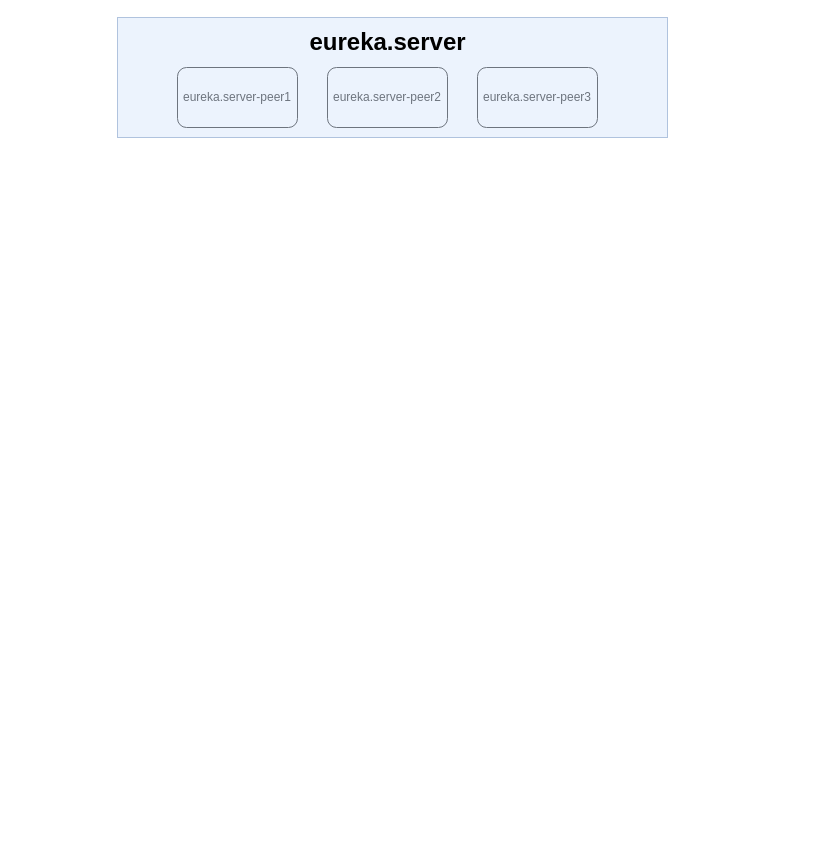
Earlier version of the draw.io diagram 微服务技术架构.drawio (quanqiang-li/draw). Source tidied: cells renumbered, new cells numbered last; positions are measured from the earlier drawing's top-left corner, leaving out a move shared by most shapes. Both pictures are drawn from the tidied source at 100%, with x=0, y=0 at pixel (117, 17).
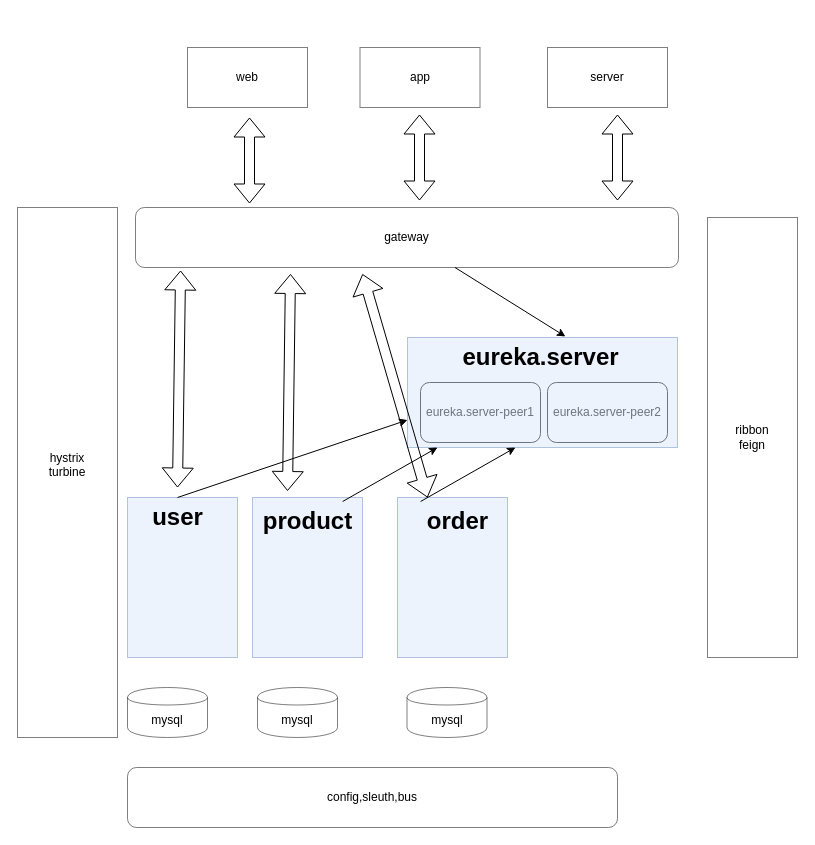
The same page after the edit.

Commit message:
更新微服务技术架构.drawio

Change to the diagram source:
```diff
@@
     <mxCell id="2" value="&lt;div&gt;&lt;span&gt;eureka.server-peer1&lt;/span&gt;&lt;/div&gt;" style="rounded=1;whiteSpace=wrap;html=1;" parent="1" vertex="1">
-      <mxGeometry x="60" y="50" width="120" height="60" as="geometry" />
+      <mxGeometry x="303" y="365" width="120" height="60" as="geometry" />
     </mxCell>
     <mxCell id="3" value="&lt;div&gt;&lt;span&gt;eureka.server-peer2&lt;/span&gt;&lt;/div&gt;" style="rounded=1;whiteSpace=wrap;html=1;" parent="1" vertex="1">
-      <mxGeometry x="210" y="50" width="120" height="60" as="geometry" />
+      <mxGeometry x="430" y="365" width="120" height="60" as="geometry" />
     </mxCell>
-    <mxCell id="4" value="&lt;div&gt;&lt;span&gt;eureka.server-peer3&lt;/span&gt;&lt;/div&gt;" style="rounded=1;whiteSpace=wrap;html=1;" parent="1" vertex="1">
-      <mxGeometry x="360" y="50" width="120" height="60" as="geometry" />
-    </mxCell>
     <mxCell id="5" style="rounded=0;whiteSpace=wrap;html=1;opacity=50;fillColor=#dae8fc;strokeColor=#6c8ebf;" parent="1" vertex="1">
-      <mxGeometry width="550" height="120" as="geometry" />
+      <mxGeometry x="290" y="320" width="270" height="110" as="geometry" />
     </mxCell>
     <mxCell id="6" value="&lt;div&gt;&lt;span&gt;eureka.server&lt;/span&gt;&lt;/div&gt;" style="text;strokeColor=none;fillColor=none;html=1;fontSize=24;fontStyle=1;verticalAlign=middle;align=center;opacity=50;" parent="1" vertex="1">
-      <mxGeometry x="150" y="10" width="240" height="30" as="geometry" />
+      <mxGeometry x="302.5" y="325" width="240" height="30" as="geometry" />
     </mxCell>
+    <mxCell id="7" style="rounded=0;whiteSpace=wrap;html=1;opacity=50;fillColor=#dae8fc;strokeColor=#6c8ebf;" parent="1" vertex="1">
+      <mxGeometry x="10" y="480" width="110" height="160" as="geometry" />
+    </mxCell>
+    <mxCell id="8" value="user" style="text;strokeColor=none;fillColor=none;html=1;fontSize=24;fontStyle=1;verticalAlign=middle;align=center;opacity=50;" parent="1" vertex="1">
+      <mxGeometry x="10" y="480" width="100" height="40" as="geometry" />
+    </mxCell>
+    <mxCell id="9" value="gateway" style="rounded=1;whiteSpace=wrap;html=1;opacity=50;" parent="1" vertex="1">
+      <mxGeometry x="18" y="190" width="543" height="60" as="geometry" />
+    </mxCell>
+    <mxCell id="10" value="web" style="rounded=0;whiteSpace=wrap;html=1;opacity=50;" parent="1" vertex="1">
+      <mxGeometry x="70" y="30" width="120" height="60" as="geometry" />
+    </mxCell>
+    <mxCell id="11" value="app" style="rounded=0;whiteSpace=wrap;html=1;opacity=50;" parent="1" vertex="1">
+      <mxGeometry x="242.5" y="30" width="120" height="60" as="geometry" />
+    </mxCell>
+    <mxCell id="12" value="server" style="rounded=0;whiteSpace=wrap;html=1;opacity=50;" parent="1" vertex="1">
+      <mxGeometry x="430" y="30" width="120" height="60" as="geometry" />
+    </mxCell>
+    <mxCell id="13" style="rounded=0;whiteSpace=wrap;html=1;opacity=50;fillColor=#dae8fc;strokeColor=#6c8ebf;" parent="1" vertex="1">
+      <mxGeometry x="135" y="480" width="110" height="160" as="geometry" />
+    </mxCell>
+    <mxCell id="14" style="rounded=0;whiteSpace=wrap;html=1;opacity=50;fillColor=#dae8fc;strokeColor=#6c8ebf;" parent="1" vertex="1">
+      <mxGeometry x="280" y="480" width="110" height="160" as="geometry" />
+    </mxCell>
+    <mxCell id="15" style="endArrow=classic;html=1;entryX=0.585;entryY=-0.009;entryDx=0;entryDy=0;entryPerimeter=0;" parent="1" edge="1" source="9" target="5">
+      <mxGeometry relative="1" as="geometry" />
+    </mxCell>
+    <mxCell id="16" value="product" style="text;strokeColor=none;fillColor=none;html=1;fontSize=24;fontStyle=1;verticalAlign=middle;align=center;opacity=50;" parent="1" vertex="1">
+      <mxGeometry x="140" y="484" width="100" height="40" as="geometry" />
+    </mxCell>
+    <mxCell id="17" value="order" style="text;strokeColor=none;fillColor=none;html=1;fontSize=24;fontStyle=1;verticalAlign=middle;align=center;opacity=50;" parent="1" vertex="1">
+      <mxGeometry x="290" y="484" width="100" height="40" as="geometry" />
+    </mxCell>
+    <mxCell id="18" style="endArrow=classic;html=1;entryX=0.111;entryY=1;entryDx=0;entryDy=0;entryPerimeter=0;" parent="1" edge="1" source="16" target="5">
+      <mxGeometry relative="1" as="geometry" />
+    </mxCell>
+    <mxCell id="19" style="endArrow=classic;html=1;entryX=0.111;entryY=1;entryDx=0;entryDy=0;entryPerimeter=0;" parent="1" edge="1">
+      <mxGeometry relative="1" as="geometry">
+        <mxPoint x="303.1" y="484" as="sourcePoint" />
+        <mxPoint x="398" y="430" as="targetPoint" />
+      </mxGeometry>
+    </mxCell>
+    <mxCell id="20" style="endArrow=classic;html=1;exitX=0.5;exitY=0;exitDx=0;exitDy=0;entryX=0;entryY=0.75;entryDx=0;entryDy=0;" parent="1" edge="1" source="8" target="5">
+      <mxGeometry relative="1" as="geometry" />
+    </mxCell>
+    <mxCell id="21" style="shape=flexArrow;endArrow=classic;startArrow=classic;html=1;exitX=0.199;exitY=-0.067;exitDx=0;exitDy=0;exitPerimeter=0;" parent="1" edge="1">
+      <mxGeometry relative="1" as="geometry">
+        <mxPoint x="132" y="186" as="sourcePoint" />
+        <mxPoint x="132" y="100" as="targetPoint" />
+      </mxGeometry>
+    </mxCell>
+    <mxCell id="22" style="shape=flexArrow;endArrow=classic;startArrow=classic;html=1;exitX=0.199;exitY=-0.067;exitDx=0;exitDy=0;exitPerimeter=0;" parent="1" edge="1">
+      <mxGeometry relative="1" as="geometry">
+        <mxPoint x="302" y="183" as="sourcePoint" />
+        <mxPoint x="302" y="97" as="targetPoint" />
+      </mxGeometry>
+    </mxCell>
+    <mxCell id="23" style="shape=flexArrow;endArrow=classic;startArrow=classic;html=1;exitX=0.199;exitY=-0.067;exitDx=0;exitDy=0;exitPerimeter=0;" parent="1" edge="1">
+      <mxGeometry relative="1" as="geometry">
+        <mxPoint x="500" y="183" as="sourcePoint" />
+        <mxPoint x="500" y="97" as="targetPoint" />
+      </mxGeometry>
+    </mxCell>
+    <mxCell id="24" style="shape=flexArrow;endArrow=classic;startArrow=classic;html=1;entryX=0.083;entryY=1.05;entryDx=0;entryDy=0;entryPerimeter=0;" parent="1" edge="1" target="9">
+      <mxGeometry relative="1" as="geometry">
+        <mxPoint x="60" y="470" as="sourcePoint" />
+      </mxGeometry>
+    </mxCell>
+    <mxCell id="25" style="shape=flexArrow;endArrow=classic;startArrow=classic;html=1;entryX=0.083;entryY=1.05;entryDx=0;entryDy=0;entryPerimeter=0;" parent="1" edge="1">
+      <mxGeometry relative="1" as="geometry">
+        <mxPoint x="170" y="473.5" as="sourcePoint" />
+        <mxPoint x="173" y="256.5" as="targetPoint" />
+      </mxGeometry>
+    </mxCell>
+    <mxCell id="26" style="shape=flexArrow;endArrow=classic;startArrow=classic;html=1;entryX=0.083;entryY=1.05;entryDx=0;entryDy=0;entryPerimeter=0;" parent="1" edge="1">
+      <mxGeometry relative="1" as="geometry">
+        <mxPoint x="310" y="480" as="sourcePoint" />
+        <mxPoint x="245" y="256.5" as="targetPoint" />
+      </mxGeometry>
+    </mxCell>
+    <mxCell id="27" value="ribbon&lt;br&gt;feign&lt;br&gt;" style="rounded=0;whiteSpace=wrap;html=1;opacity=50;" parent="1" vertex="1">
+      <mxGeometry x="590" y="200" width="90" height="440" as="geometry" />
+    </mxCell>
+    <mxCell id="28" value="mysql" style="shape=cylinder;whiteSpace=wrap;html=1;boundedLbl=1;backgroundOutline=1;opacity=50;" parent="1" vertex="1">
+      <mxGeometry x="10" y="670" width="80" height="50" as="geometry" />
+    </mxCell>
+    <mxCell id="29" value="mysql" style="shape=cylinder;whiteSpace=wrap;html=1;boundedLbl=1;backgroundOutline=1;opacity=50;" parent="1" vertex="1">
+      <mxGeometry x="140" y="670" width="80" height="50" as="geometry" />
+    </mxCell>
+    <mxCell id="30" value="mysql" style="shape=cylinder;whiteSpace=wrap;html=1;boundedLbl=1;backgroundOutline=1;opacity=50;" parent="1" vertex="1">
+      <mxGeometry x="289.5" y="670" width="80" height="50" as="geometry" />
+    </mxCell>
+    <mxCell id="31" value="hystrix&lt;br&gt;turbine&lt;br&gt;&lt;br&gt;" style="rounded=0;whiteSpace=wrap;html=1;opacity=50;" parent="1" vertex="1">
+      <mxGeometry x="-100" y="190" width="100" height="530" as="geometry" />
+    </mxCell>
+    <mxCell id="32" value="config,sleuth,bus" style="rounded=1;whiteSpace=wrap;html=1;opacity=50;" parent="1" vertex="1">
+      <mxGeometry x="10" y="750" width="490" height="60" as="geometry" />
+    </mxCell>
```
